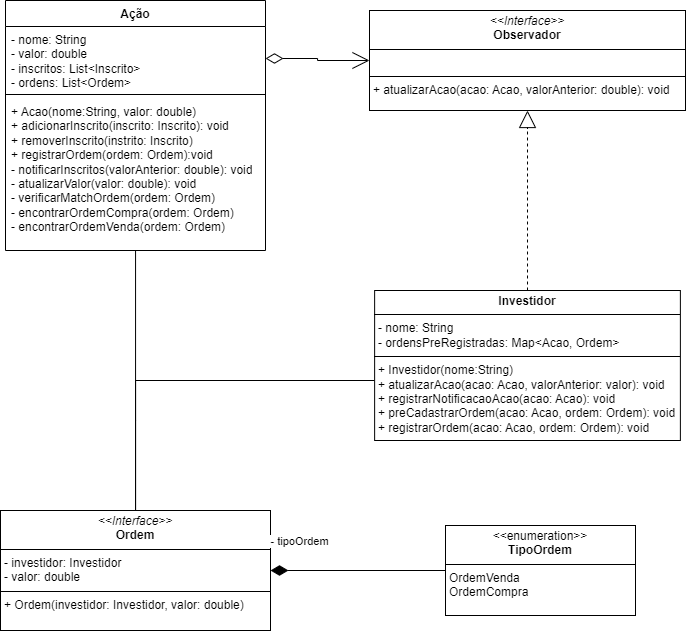
Earlier version of the draw.io export problema2/target/classes/com/analisealgoritmos/assets/trabalho 1- problema 2.drawio.png (joaolavina/AnaliseAlgoritmos). Source tidied: cells renumbered, new cells last; positions are measured from the earlier drawing's top-left corner, leaving out a move shared by most shapes.
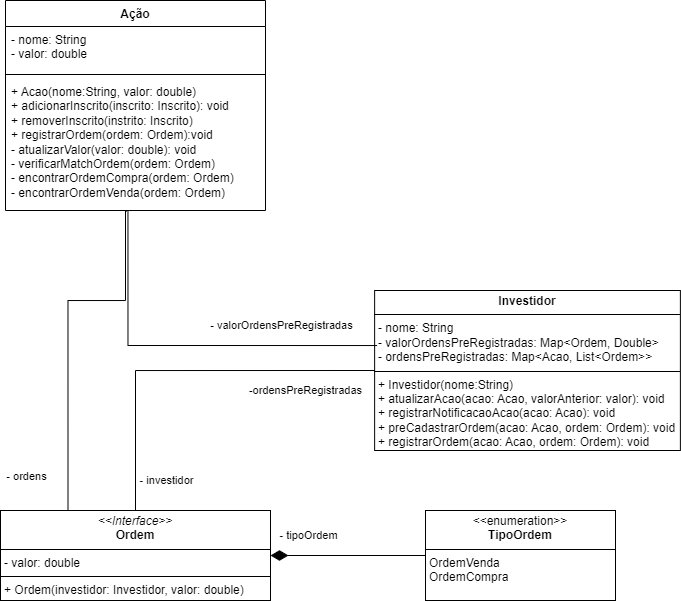
After the commit.

The edit, as a diff of the source:
```diff
@@ -3,57 +3,70 @@
     <mxCell id="0" />
     <mxCell id="1" parent="0" />
     <mxCell id="2" value="Ação" style="swimlane;fontStyle=1;align=center;verticalAlign=top;horizontal=1;startSize=26;whiteSpace=wrap;html=1;" parent="1" vertex="1">
-      <mxGeometry x="5" width="260" height="250" as="geometry" />
+      <mxGeometry x="5" width="260" height="210" as="geometry" />
     </mxCell>
-    <mxCell id="3" value="- nome: String&lt;div&gt;- valor: double&lt;/div&gt;&lt;div&gt;- inscritos: List&amp;lt;Inscrito&amp;gt;&lt;/div&gt;&lt;div&gt;- ordens: List&amp;lt;Ordem&amp;gt;&lt;/div&gt;" style="text;strokeColor=none;fillColor=none;align=left;verticalAlign=top;spacingLeft=4;spacingRight=4;overflow=hidden;points=[[0,0.5],[1,0.5]];portConstraint=eastwest;whiteSpace=wrap;html=1;" parent="2" vertex="1">
-      <mxGeometry y="26" width="260" height="64" as="geometry" />
+    <mxCell id="3" value="- nome: String&lt;div&gt;- valor: double&lt;/div&gt;" style="text;strokeColor=none;fillColor=none;align=left;verticalAlign=top;spacingLeft=4;spacingRight=4;overflow=hidden;points=[[0,0.5],[1,0.5]];portConstraint=eastwest;whiteSpace=wrap;html=1;" parent="2" vertex="1">
+      <mxGeometry y="26" width="260" height="44" as="geometry" />
     </mxCell>
     <mxCell id="4" style="line;strokeWidth=1;fillColor=none;align=left;verticalAlign=middle;spacingTop=-1;spacingLeft=3;spacingRight=3;labelPosition=right;strokeColor=inherit;" parent="2" vertex="1">
-      <mxGeometry y="90" width="260" height="8" as="geometry" />
+      <mxGeometry y="70" width="260" height="8" as="geometry" />
     </mxCell>
-    <mxCell id="5" value="&lt;div&gt;+ Acao(nome:String, valor: double)&lt;/div&gt;+ adicionarInscrito(inscrito: Inscrito): void&lt;div&gt;+ removerInscrito(instrito: Inscrito)&lt;/div&gt;&lt;div&gt;+ registrarOrdem(ordem: Ordem):void&lt;/div&gt;&lt;div&gt;- notificarInscritos(valorAnterior: double): void&lt;/div&gt;&lt;div&gt;- atualizarValor(valor: double): vo&lt;span style=&quot;background-color: transparent; color: light-dark(rgb(0, 0, 0), rgb(255, 255, 255));&quot;&gt;id&lt;/span&gt;&lt;/div&gt;&lt;div&gt;&lt;span style=&quot;background-color: transparent; color: light-dark(rgb(0, 0, 0), rgb(255, 255, 255));&quot;&gt;- verificarMatchOrdem(ordem: Ordem)&lt;/span&gt;&lt;/div&gt;&lt;div&gt;&lt;span style=&quot;background-color: transparent; color: light-dark(rgb(0, 0, 0), rgb(255, 255, 255));&quot;&gt;- encontrarOrdemCompra(ordem: Ordem)&lt;/span&gt;&lt;/div&gt;&lt;div&gt;&lt;span style=&quot;background-color: transparent; color: light-dark(rgb(0, 0, 0), rgb(255, 255, 255));&quot;&gt;- encontrarOrdemVenda(ordem: Ordem)&lt;/span&gt;&lt;/div&gt;" style="text;strokeColor=none;fillColor=none;align=left;verticalAlign=top;spacingLeft=4;spacingRight=4;overflow=hidden;points=[[0,0.5],[1,0.5]];portConstraint=eastwest;whiteSpace=wrap;html=1;" parent="2" vertex="1">
-      <mxGeometry y="98" width="260" height="152" as="geometry" />
+    <mxCell id="5" value="&lt;div&gt;+ Acao(nome:String, valor: double)&lt;/div&gt;+ adicionarInscrito(inscrito: Inscrito): void&lt;div&gt;+ removerInscrito(instrito: Inscrito)&lt;/div&gt;&lt;div&gt;+ registrarOrdem(ordem: Ordem):void&lt;/div&gt;&lt;div&gt;- atualizarValor(valor: double): vo&lt;span style=&quot;background-color: transparent; color: light-dark(rgb(0, 0, 0), rgb(255, 255, 255));&quot;&gt;id&lt;/span&gt;&lt;/div&gt;&lt;div&gt;&lt;span style=&quot;background-color: transparent; color: light-dark(rgb(0, 0, 0), rgb(255, 255, 255));&quot;&gt;- verificarMatchOrdem(ordem: Ordem)&lt;/span&gt;&lt;/div&gt;&lt;div&gt;&lt;span style=&quot;background-color: transparent; color: light-dark(rgb(0, 0, 0), rgb(255, 255, 255));&quot;&gt;- encontrarOrdemCompra(ordem: Ordem)&lt;/span&gt;&lt;/div&gt;&lt;div&gt;&lt;span style=&quot;background-color: transparent; color: light-dark(rgb(0, 0, 0), rgb(255, 255, 255));&quot;&gt;- encontrarOrdemVenda(ordem: Ordem)&lt;/span&gt;&lt;/div&gt;" style="text;strokeColor=none;fillColor=none;align=left;verticalAlign=top;spacingLeft=4;spacingRight=4;overflow=hidden;points=[[0,0.5],[1,0.5]];portConstraint=eastwest;whiteSpace=wrap;html=1;" parent="2" vertex="1">
+      <mxGeometry y="78" width="260" height="132" as="geometry" />
     </mxCell>
-    <mxCell id="6" style="edgeStyle=orthogonalEdgeStyle;rounded=0;jettySize=auto;html=1;endArrow=block;endFill=0;dashed=1;endSize=15;" parent="1" edge="1" source="8" target="9">
-      <mxGeometry relative="1" as="geometry" />
-    </mxCell>
-    <mxCell id="7" style="edgeStyle=orthogonalEdgeStyle;rounded=0;jettySize=auto;html=1;endArrow=none;startFill=0;" parent="1" edge="1" source="8" target="12">
-      <mxGeometry relative="1" as="geometry">
-        <Array as="points">
-          <mxPoint x="135" y="380" />
-        </Array>
-      </mxGeometry>
-    </mxCell>
-    <mxCell id="8" value="&lt;p style=&quot;margin:0px;margin-top:4px;text-align:center;&quot;&gt;&lt;b&gt;Investidor&lt;/b&gt;&lt;/p&gt;&lt;hr size=&quot;1&quot; style=&quot;border-style:solid;&quot;&gt;&lt;p style=&quot;margin:0px;margin-left:4px;&quot;&gt;- nome: String&lt;/p&gt;&lt;p style=&quot;margin:0px;margin-left:4px;&quot;&gt;- ordensPreRegistradas: Map&amp;lt;Acao, Ordem&amp;gt;&lt;/p&gt;&lt;hr size=&quot;1&quot; style=&quot;border-style:solid;&quot;&gt;&lt;p style=&quot;margin: 0px 0px 0px 4px;&quot;&gt;+ Investidor(nome:String)&lt;/p&gt;&lt;p style=&quot;margin: 0px 0px 0px 4px;&quot;&gt;+ atualizarAcao(acao: Acao, valorAnterior: valor): void&lt;/p&gt;&lt;p style=&quot;margin: 0px 0px 0px 4px;&quot;&gt;+ registrarNotificacaoAcao(acao: Acao): void&lt;/p&gt;&lt;p style=&quot;margin: 0px 0px 0px 4px;&quot;&gt;+ preCadastrarOrdem(acao: Acao, ordem: Ordem): void&lt;/p&gt;&lt;p style=&quot;margin: 0px 0px 0px 4px;&quot;&gt;+ registrarOrdem(acao: Acao, ordem: Ordem): void&lt;/p&gt;" style="verticalAlign=top;align=left;overflow=fill;html=1;whiteSpace=wrap;" parent="1" vertex="1">
-      <mxGeometry x="374.1" y="290" width="305.8" height="150" as="geometry" />
+    <mxCell id="8" value="&lt;p style=&quot;margin:0px;margin-top:4px;text-align:center;&quot;&gt;&lt;b&gt;Investidor&lt;/b&gt;&lt;/p&gt;&lt;hr size=&quot;1&quot; style=&quot;border-style:solid;&quot;&gt;&lt;p style=&quot;margin:0px;margin-left:4px;&quot;&gt;- nome: String&lt;/p&gt;&lt;p style=&quot;margin:0px;margin-left:4px;&quot;&gt;- valorOrdensPreRegistradas: Map&amp;lt;Ordem, Double&amp;gt;&lt;/p&gt;&lt;p style=&quot;margin:0px;margin-left:4px;&quot;&gt;- ordensPreRegistradas: Map&amp;lt;Acao, List&amp;lt;Ordem&amp;gt;&amp;gt;&lt;/p&gt;&lt;hr size=&quot;1&quot; style=&quot;border-style:solid;&quot;&gt;&lt;p style=&quot;margin: 0px 0px 0px 4px;&quot;&gt;+ Investidor(nome:String)&lt;/p&gt;&lt;p style=&quot;margin: 0px 0px 0px 4px;&quot;&gt;+ atualizarAcao(acao: Acao, valorAnterior: valor): void&lt;/p&gt;&lt;p style=&quot;margin: 0px 0px 0px 4px;&quot;&gt;+ registrarNotificacaoAcao(acao: Acao): void&lt;/p&gt;&lt;p style=&quot;margin: 0px 0px 0px 4px;&quot;&gt;+ preCadastrarOrdem(acao: Acao, ordem: Ordem): void&lt;/p&gt;&lt;p style=&quot;margin: 0px 0px 0px 4px;&quot;&gt;+ registrarOrdem(acao: Acao, ordem: Ordem): void&lt;/p&gt;" style="verticalAlign=top;align=left;overflow=fill;html=1;whiteSpace=wrap;" parent="1" vertex="1">
+      <mxGeometry x="374.1" y="290" width="305.8" height="160" as="geometry" />
     </mxCell>
-    <mxCell id="9" value="&lt;p style=&quot;margin:0px;margin-top:4px;text-align:center;&quot;&gt;&lt;i&gt;&amp;lt;&amp;lt;Interface&amp;gt;&amp;gt;&lt;/i&gt;&lt;br&gt;&lt;b&gt;Observador&lt;/b&gt;&lt;/p&gt;&lt;hr size=&quot;1&quot; style=&quot;border-style:solid;&quot;&gt;&lt;p style=&quot;margin:0px;margin-left:4px;&quot;&gt;&lt;br&gt;&lt;/p&gt;&lt;hr size=&quot;1&quot; style=&quot;border-style:solid;&quot;&gt;&lt;p style=&quot;margin:0px;margin-left:4px;&quot;&gt;+ atualizarAcao(acao: Acao, valorAnterior: double): void&lt;/p&gt;" style="verticalAlign=top;align=left;overflow=fill;html=1;whiteSpace=wrap;" parent="1" vertex="1">
-      <mxGeometry x="369" y="10" width="316" height="100" as="geometry" />
-    </mxCell>
-    <mxCell id="10" style="edgeStyle=orthogonalEdgeStyle;rounded=0;jettySize=auto;html=1;endArrow=open;endFill=0;startArrow=diamondThin;startFill=0;endSize=15;startSize=15;" parent="1" edge="1" source="3" target="9">
-      <mxGeometry relative="1" as="geometry" />
-    </mxCell>
-    <mxCell id="11" style="edgeStyle=orthogonalEdgeStyle;rounded=0;jettySize=auto;html=1;endArrow=none;startFill=0;" parent="1" edge="1" source="12" target="5">
-      <mxGeometry relative="1" as="geometry">
-        <Array as="points">
-          <mxPoint x="135" y="420" />
-          <mxPoint x="135" y="420" />
-        </Array>
-      </mxGeometry>
-    </mxCell>
-    <mxCell id="12" value="&lt;p style=&quot;margin:0px;margin-top:4px;text-align:center;&quot;&gt;&lt;i&gt;&amp;lt;&amp;lt;Interface&amp;gt;&amp;gt;&lt;/i&gt;&lt;br&gt;&lt;b&gt;Ordem&lt;/b&gt;&lt;/p&gt;&lt;hr size=&quot;1&quot; style=&quot;border-style:solid;&quot;&gt;&lt;p style=&quot;margin:0px;margin-left:4px;&quot;&gt;- investidor: Investidor&lt;/p&gt;&lt;p style=&quot;margin:0px;margin-left:4px;&quot;&gt;&lt;span style=&quot;background-color: transparent; color: light-dark(rgb(0, 0, 0), rgb(255, 255, 255));&quot;&gt;- valor: double&lt;/span&gt;&lt;br&gt;&lt;/p&gt;&lt;hr size=&quot;1&quot; style=&quot;border-style:solid;&quot;&gt;&lt;p style=&quot;margin:0px;margin-left:4px;&quot;&gt;+ Ordem(investidor: Investidor, valor: double)&lt;/p&gt;" style="verticalAlign=top;align=left;overflow=fill;html=1;whiteSpace=wrap;" parent="1" vertex="1">
-      <mxGeometry y="510" width="270" height="120" as="geometry" />
+    <mxCell id="12" value="&lt;p style=&quot;margin:0px;margin-top:4px;text-align:center;&quot;&gt;&lt;i&gt;&amp;lt;&amp;lt;Interface&amp;gt;&amp;gt;&lt;/i&gt;&lt;br&gt;&lt;b&gt;Ordem&lt;/b&gt;&lt;/p&gt;&lt;hr size=&quot;1&quot; style=&quot;border-style:solid;&quot;&gt;&lt;p style=&quot;margin:0px;margin-left:4px;&quot;&gt;&lt;span style=&quot;background-color: transparent;&quot;&gt;- valor: double&lt;/span&gt;&lt;/p&gt;&lt;hr size=&quot;1&quot; style=&quot;border-style:solid;&quot;&gt;&lt;p style=&quot;margin:0px;margin-left:4px;&quot;&gt;+ Ordem(investidor: Investidor, valor: double)&lt;/p&gt;" style="verticalAlign=top;align=left;overflow=fill;html=1;whiteSpace=wrap;" parent="1" vertex="1">
+      <mxGeometry y="510" width="270" height="90" as="geometry" />
     </mxCell>
     <mxCell id="13" value="&lt;p style=&quot;margin:0px;margin-top:4px;text-align:center;&quot;&gt;&amp;lt;&amp;lt;enumeration&amp;gt;&amp;gt;&lt;br&gt;&lt;b&gt;TipoOrdem&lt;/b&gt;&lt;/p&gt;&lt;hr size=&quot;1&quot; style=&quot;border-style:solid;&quot;&gt;&lt;p style=&quot;margin:0px;margin-left:4px;&quot;&gt;OrdemVenda&lt;/p&gt;&lt;p style=&quot;margin:0px;margin-left:4px;&quot;&gt;OrdemCompra&lt;/p&gt;" style="verticalAlign=top;align=left;overflow=fill;html=1;whiteSpace=wrap;" parent="1" vertex="1">
-      <mxGeometry x="445" y="525" width="190" height="90" as="geometry" />
+      <mxGeometry x="425" y="510" width="190" height="90" as="geometry" />
     </mxCell>
     <mxCell id="14" style="edgeStyle=orthogonalEdgeStyle;rounded=0;jettySize=auto;html=1;endArrow=diamondThin;endFill=1;endSize=15;" parent="1" edge="1" source="13" target="12">
       <mxGeometry relative="1" as="geometry" />
     </mxCell>
     <mxCell id="15" value="- tipoOrdem" style="edgeLabel;html=1;align=center;verticalAlign=middle;" parent="14" vertex="1">
       <mxGeometry x="0.25" y="2" relative="1" as="geometry">
-        <mxPoint x="-37" y="-32" as="offset" />
+        <mxPoint x="-20" y="-22" as="offset" />
       </mxGeometry>
     </mxCell>
+    <mxCell id="7" style="edgeStyle=orthogonalEdgeStyle;rounded=0;jettySize=auto;html=1;endArrow=none;endFill=0;endSize=15;entryX=0.5;entryY=0;entryDx=0;entryDy=0;exitX=0;exitY=0.5;exitDx=0;exitDy=0;" parent="1" edge="1" source="8" target="12">
+      <mxGeometry relative="1" as="geometry" />
+    </mxCell>
+    <mxCell id="16" value="- investidor" style="edgeLabel;html=1;align=center;verticalAlign=middle;" parent="7" vertex="1">
+      <mxGeometry x="0.25" y="2" relative="1" as="geometry">
+        <mxPoint x="29" y="108" as="offset" />
+      </mxGeometry>
+    </mxCell>
+    <mxCell id="17" value="-ordensPreRegistradas" style="edgeLabel;html=1;align=center;verticalAlign=middle;" parent="1" vertex="1">
+      <mxGeometry x="305" y="390" as="geometry" />
+    </mxCell>
+    <mxCell id="18" style="edgeStyle=orthogonalEdgeStyle;rounded=0;jettySize=auto;html=1;endArrow=none;endFill=0;endSize=15;entryX=0.25;entryY=0;entryDx=0;entryDy=0;exitX=0.473;exitY=1.004;exitDx=0;exitDy=0;exitPerimeter=0;" parent="1" edge="1" source="5" target="12">
+      <mxGeometry relative="1" as="geometry">
+        <Array as="points">
+          <mxPoint x="125" y="211" />
+          <mxPoint x="125" y="300" />
+          <mxPoint x="67" y="300" />
+        </Array>
+      </mxGeometry>
+    </mxCell>
+    <mxCell id="19" value="- ordens" style="edgeLabel;html=1;align=center;verticalAlign=middle;" parent="18" vertex="1">
+      <mxGeometry x="0.25" y="2" relative="1" as="geometry">
+        <mxPoint x="-44" y="100" as="offset" />
+      </mxGeometry>
+    </mxCell>
+    <mxCell id="20" style="edgeStyle=orthogonalEdgeStyle;rounded=0;jettySize=auto;html=1;endArrow=none;endFill=0;endSize=15;entryX=0.471;entryY=1.015;entryDx=0;entryDy=0;exitX=0.008;exitY=0.344;exitDx=0;exitDy=0;entryPerimeter=0;exitPerimeter=0;" parent="1" edge="1" source="8" target="5">
+      <mxGeometry relative="1" as="geometry">
+        <Array as="points">
+          <mxPoint x="127" y="345" />
+        </Array>
+      </mxGeometry>
+    </mxCell>
+    <mxCell id="21" value="- valorOrdensPreRegistradas" style="edgeLabel;html=1;align=center;verticalAlign=middle;" parent="20" vertex="1">
+      <mxGeometry x="0.25" y="2" relative="1" as="geometry">
+        <mxPoint x="143" y="-22" as="offset" />
+      </mxGeometry>
+    </mxCell>
   </root>
 </mxGraphModel>
```
